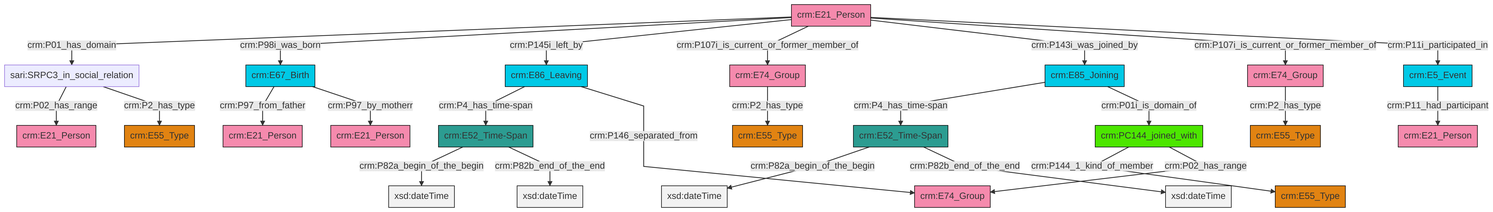
Before: et/personCSV/ttl/mmd/png/Person_Actor_Relations.png, a diagram exported from Mermaid (swiss-art-research-net/docs.swissartresearch). Its source is kept beside it as et/personCSV/ttl/mmd/Person_Actor_Relations.ttl.mmd.
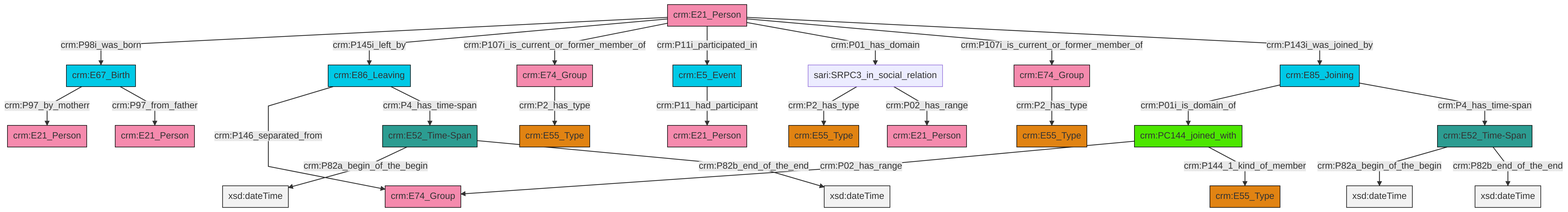
The same file after the commit.

The edit, as a diff of the source:
```diff
@@ -13,27 +13,27 @@
 classDef PC_Classes fill:#4ce600, stroke:#000000;
 classDef Multi fill:#cccccc,stroke:#000000;
 
-0["crm:E21_Person"]:::Actor -->|crm:P01_has_domain| 1["sari:SRPC3_in_social_relation"]:::Default
-4["crm:E67_Birth"]:::Temporal_Entity -->|crm:P97_from_father| 2["crm:E21_Person"]:::Actor
-6["crm:E86_Leaving"]:::Temporal_Entity -->|crm:P4_has_time-span| 8["crm:E52_Time-Span"]:::Time-Span
-9["crm:E85_Joining"]:::Temporal_Entity -->|crm:P4_has_time-span| 10["crm:E52_Time-Span"]:::Time-Span
-11["crm:E5_Event"]:::Temporal_Entity -->|crm:P11_had_participant| 12["crm:E21_Person"]:::Actor
-4["crm:E67_Birth"]:::Temporal_Entity -->|crm:P97_by_motherr| 13["crm:E21_Person"]:::Actor
-8["crm:E52_Time-Span"]:::Time-Span -->|crm:P82a_begin_of_the_begin| 16[xsd:dateTime]:::Literal
-0["crm:E21_Person"]:::Actor -->|crm:P98i_was_born| 4["crm:E67_Birth"]:::Temporal_Entity
-0["crm:E21_Person"]:::Actor -->|crm:P145i_left_by| 6["crm:E86_Leaving"]:::Temporal_Entity
-17["crm:PC144_joined_with"]:::PC_Classes -->|crm:P144_1_kind_of_member| 18["crm:E55_Type"]:::Type
-0["crm:E21_Person"]:::Actor -->|crm:P107i_is_current_or_former_member_of| 21["crm:E74_Group"]:::Actor
-0["crm:E21_Person"]:::Actor -->|crm:P143i_was_joined_by| 9["crm:E85_Joining"]:::Temporal_Entity
-17["crm:PC144_joined_with"]:::PC_Classes -->|crm:P02_has_range| 22["crm:E74_Group"]:::Actor
-1["sari:SRPC3_in_social_relation"]:::Default -->|crm:P02_has_range| 25["crm:E21_Person"]:::Actor
-10["crm:E52_Time-Span"]:::Time-Span -->|crm:P82a_begin_of_the_begin| 26[xsd:dateTime]:::Literal
-1["sari:SRPC3_in_social_relation"]:::Default -->|crm:P2_has_type| 34["crm:E55_Type"]:::Type
-8["crm:E52_Time-Span"]:::Time-Span -->|crm:P82b_end_of_the_end| 35[xsd:dateTime]:::Literal
-0["crm:E21_Person"]:::Actor -->|crm:P107i_is_current_or_former_member_of| 19["crm:E74_Group"]:::Actor
-21["crm:E74_Group"]:::Actor -->|crm:P2_has_type| 27["crm:E55_Type"]:::Type
-0["crm:E21_Person"]:::Actor -->|crm:P11i_participated_in| 11["crm:E5_Event"]:::Temporal_Entity
-6["crm:E86_Leaving"]:::Temporal_Entity -->|crm:P146_separated_from| 22["crm:E74_Group"]:::Actor
-10["crm:E52_Time-Span"]:::Time-Span -->|crm:P82b_end_of_the_end| 40[xsd:dateTime]:::Literal
-19["crm:E74_Group"]:::Actor -->|crm:P2_has_type| 23["crm:E55_Type"]:::Type
-9["crm:E85_Joining"]:::Temporal_Entity -->|crm:P01i_is_domain_of| 17["crm:PC144_joined_with"]:::PC_Classes
+2["crm:E5_Event"]:::Temporal_Entity -->|crm:P11_had_participant| 3["crm:E21_Person"]:::Actor
+6["crm:E85_Joining"]:::Temporal_Entity -->|crm:P01i_is_domain_of| 7["crm:PC144_joined_with"]:::PC_Classes
+7["crm:PC144_joined_with"]:::PC_Classes -->|crm:P02_has_range| 14["crm:E74_Group"]:::Actor
+15["crm:E67_Birth"]:::Temporal_Entity -->|crm:P97_by_motherr| 4["crm:E21_Person"]:::Actor
+16["crm:E21_Person"]:::Actor -->|crm:P98i_was_born| 15["crm:E67_Birth"]:::Temporal_Entity
+17["crm:E86_Leaving"]:::Temporal_Entity -->|crm:P146_separated_from| 14["crm:E74_Group"]:::Actor
+20["crm:E52_Time-Span"]:::Time-Span -->|crm:P82a_begin_of_the_begin| 21[xsd:dateTime]:::Literal
+15["crm:E67_Birth"]:::Temporal_Entity -->|crm:P97_from_father| 18["crm:E21_Person"]:::Actor
+16["crm:E21_Person"]:::Actor -->|crm:P145i_left_by| 17["crm:E86_Leaving"]:::Temporal_Entity
+7["crm:PC144_joined_with"]:::PC_Classes -->|crm:P144_1_kind_of_member| 0["crm:E55_Type"]:::Type
+26["crm:E52_Time-Span"]:::Time-Span -->|crm:P82a_begin_of_the_begin| 27[xsd:dateTime]:::Literal
+26["crm:E52_Time-Span"]:::Time-Span -->|crm:P82b_end_of_the_end| 32[xsd:dateTime]:::Literal
+16["crm:E21_Person"]:::Actor -->|crm:P107i_is_current_or_former_member_of| 10["crm:E74_Group"]:::Actor
+22["crm:E74_Group"]:::Actor -->|crm:P2_has_type| 8["crm:E55_Type"]:::Type
+33["sari:SRPC3_in_social_relation"]:::Default -->|crm:P2_has_type| 34["crm:E55_Type"]:::Type
+20["crm:E52_Time-Span"]:::Time-Span -->|crm:P82b_end_of_the_end| 36[xsd:dateTime]:::Literal
+16["crm:E21_Person"]:::Actor -->|crm:P11i_participated_in| 2["crm:E5_Event"]:::Temporal_Entity
+16["crm:E21_Person"]:::Actor -->|crm:P01_has_domain| 33["sari:SRPC3_in_social_relation"]:::Default
+16["crm:E21_Person"]:::Actor -->|crm:P107i_is_current_or_former_member_of| 22["crm:E74_Group"]:::Actor
+6["crm:E85_Joining"]:::Temporal_Entity -->|crm:P4_has_time-span| 26["crm:E52_Time-Span"]:::Time-Span
+33["sari:SRPC3_in_social_relation"]:::Default -->|crm:P02_has_range| 39["crm:E21_Person"]:::Actor
+17["crm:E86_Leaving"]:::Temporal_Entity -->|crm:P4_has_time-span| 20["crm:E52_Time-Span"]:::Time-Span
+10["crm:E74_Group"]:::Actor -->|crm:P2_has_type| 12["crm:E55_Type"]:::Type
+16["crm:E21_Person"]:::Actor -->|crm:P143i_was_joined_by| 6["crm:E85_Joining"]:::Temporal_Entity
```
